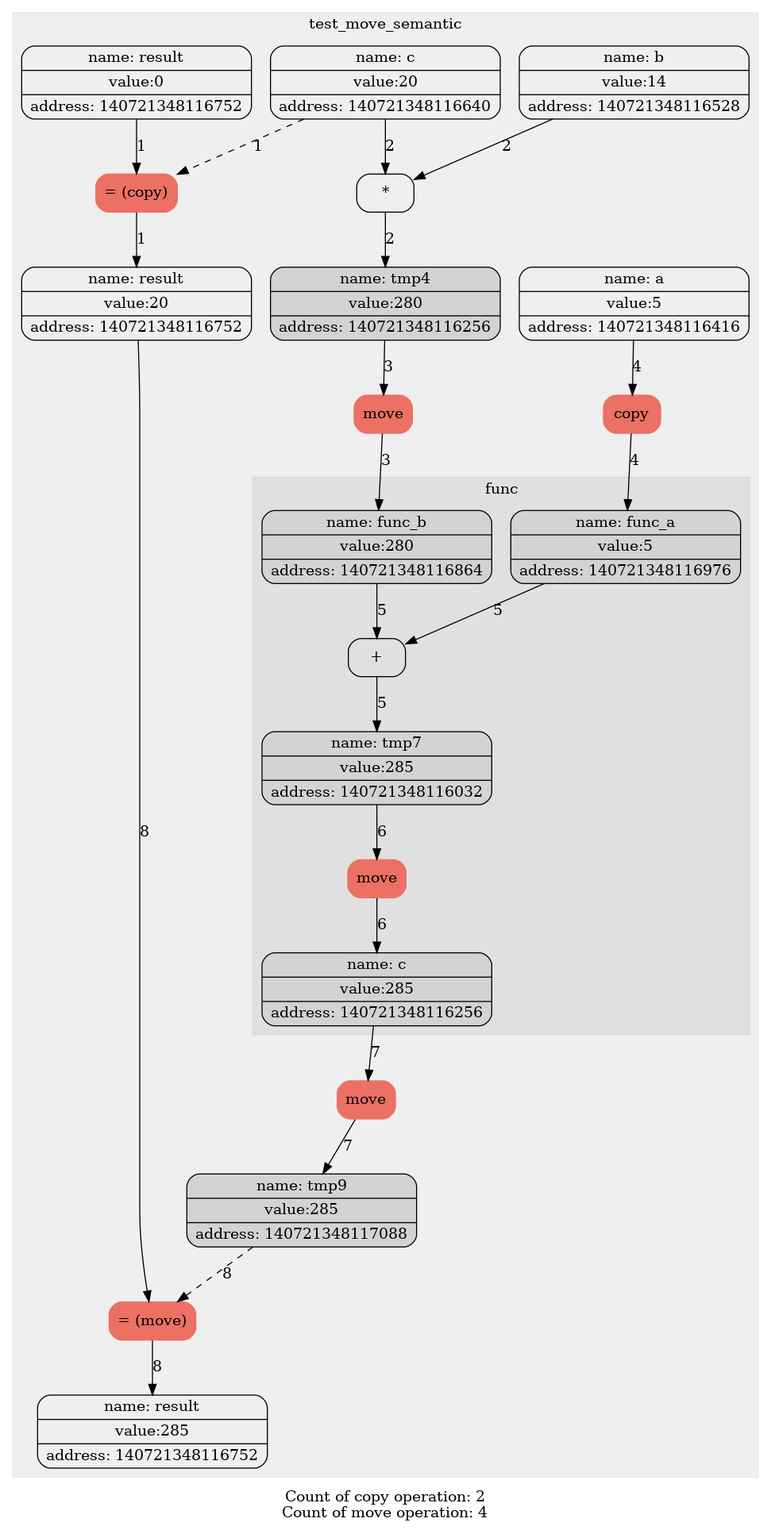
levasemin/Move_Semantic keeps this Graphviz diagram as diagrams/graph_wrong_move.png. Above is the earlier version. Its source is kept beside it as diagrams/graph_wrong_move.dot.
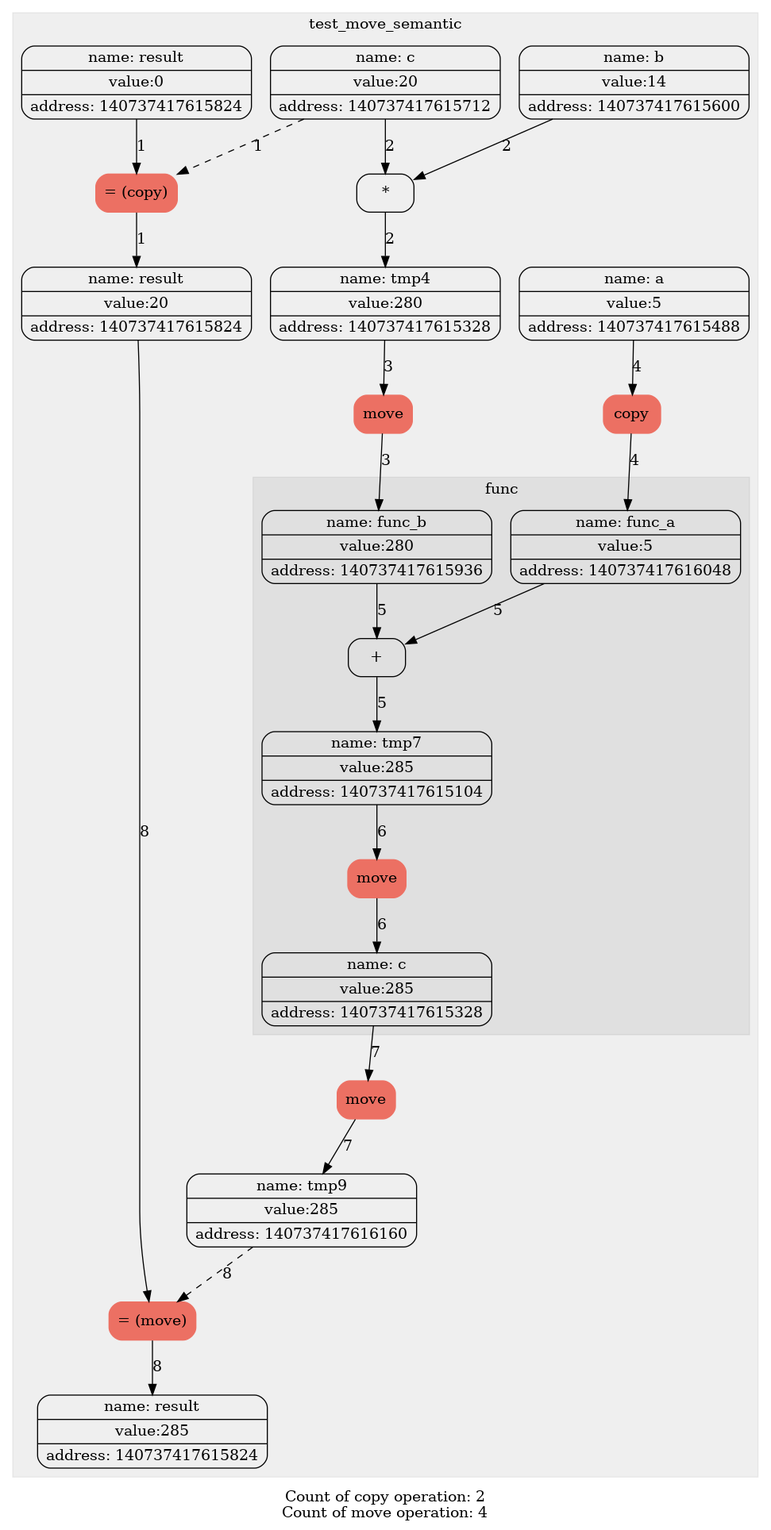
The same file after the commit.

The edit, as a diff of the source:
```diff
@@ -6,34 +6,34 @@
 label = test_move_semantic;
 style= filled
 color = "#00000010";
-1[label="{ {name: tmp0} | {value:5} | {address: 140721348116416}} " color=""style=""];
-1[label="{ {name: a} | {value:5} | {address: 140721348116416}} " color=""style=""];
-2[label="{ {name: tmp1} | {value:14} | {address: 140721348116528}} " color=""style=""];
-2[label="{ {name: b} | {value:14} | {address: 140721348116528}} " color=""style=""];
-3[label="{ {name: tmp2} | {value:20} | {address: 140721348116640}} " color=""style=""];
-3[label="{ {name: c} | {value:20} | {address: 140721348116640}} " color=""style=""];
-4[label="{ {name: tmp3} | {value:0} | {address: 140721348116752}} " color=""style=""];
-4[label="{ {name: result} | {value:0} | {address: 140721348116752}} " color=""style=""];
+1[label="{ {name: tmp0} | {value:5} | {address: 140737417615488}} " color=""style=""];
+1[label="{ {name: a} | {value:5} | {address: 140737417615488}} " color=""style=""];
+2[label="{ {name: tmp1} | {value:14} | {address: 140737417615600}} " color=""style=""];
+2[label="{ {name: b} | {value:14} | {address: 140737417615600}} " color=""style=""];
+3[label="{ {name: tmp2} | {value:20} | {address: 140737417615712}} " color=""style=""];
+3[label="{ {name: c} | {value:20} | {address: 140737417615712}} " color=""style=""];
+4[label="{ {name: tmp3} | {value:0} | {address: 140737417615824}} " color=""style=""];
+4[label="{ {name: result} | {value:0} | {address: 140737417615824}} " color=""style=""];
 5[label="= (copy)" color = "#EC7063" style = "filled"];
 edge[style = "" color = ""label = "1"]4->5;
 edge[style = "dashed" color = ""label = "1"]3->5;
-6[label="{ {name: result} | {value:20} | {address: 140721348116752}} " color=""style=""];
+6[label="{ {name: result} | {value:20} | {address: 140737417615824}} " color=""style=""];
 edge[style = "" color = ""label = "1"]5->6;
 7[label="*" color = "" style = ""];
 edge[style = "" color = ""label = "2"]2->7;
 edge[style = "" color = ""label = "2"]3->7;
-8[label="{ {name: tmp4} | {value:280} | {address: 140721348116256}} " color=""style="filled"];
+8[label="{ {name: tmp4} | {value:280} | {address: 140737417615328}} " color=""style=""];
 edge[style = "" color = ""label = "2"]7->8;
 9[label="move" color = "#EC7063" style = "filled"];
 edge[style = "" color = ""label = "3"]8->9;
-10[label="{ {name: tmp5} | {value:280} | {address: 140721348116864}} " color=""style="filled"];
+10[label="{ {name: tmp5} | {value:280} | {address: 140737417615936}} " color=""style=""];
 edge[style = "" color = ""label = "3"]9->10;
 11[label="copy" color = "#EC7063" style = "filled"];
 edge[style = "" color = ""label = "4"]1->11;
-12[label="{ {name: tmp6} | {value:5} | {address: 140721348116976}} " color=""style="filled"];
+12[label="{ {name: tmp6} | {value:5} | {address: 140737417616048}} " color=""style=""];
 edge[style = "" color = ""label = "4"]11->12;
-12[label="{ {name: func_a} | {value:5} | {address: 140721348116976}} " color=""style="filled"];
-10[label="{ {name: func_b} | {value:280} | {address: 140721348116864}} " color=""style="filled"];
+12[label="{ {name: func_a} | {value:5} | {address: 140737417616048}} " color=""style=""];
+10[label="{ {name: func_b} | {value:280} | {address: 140737417615936}} " color=""style=""];
 subgraph "cluster_1" {
 label = func;
 style= filled
@@ -41,22 +41,22 @@
 13[label="+" color = "" style = ""];
 edge[style = "" color = ""label = "5"]12->13;
 edge[style = "" color = ""label = "5"]10->13;
-14[label="{ {name: tmp7} | {value:285} | {address: 140721348116032}} " color=""style="filled"];
+14[label="{ {name: tmp7} | {value:285} | {address: 140737417615104}} " color=""style=""];
 edge[style = "" color = ""label = "5"]13->14;
 15[label="move" color = "#EC7063" style = "filled"];
 edge[style = "" color = ""label = "6"]14->15;
-16[label="{ {name: tmp8} | {value:285} | {address: 140721348116256}} " color=""style="filled"];
+16[label="{ {name: tmp8} | {value:285} | {address: 140737417615328}} " color=""style=""];
 edge[style = "" color = ""label = "6"]15->16;
-16[label="{ {name: c} | {value:285} | {address: 140721348116256}} " color=""style="filled"];
+16[label="{ {name: c} | {value:285} | {address: 140737417615328}} " color=""style=""];
 }
 17[label="move" color = "#EC7063" style = "filled"];
 edge[style = "" color = ""label = "7"]16->17;
-18[label="{ {name: tmp9} | {value:285} | {address: 140721348117088}} " color=""style="filled"];
+18[label="{ {name: tmp9} | {value:285} | {address: 140737417616160}} " color=""style=""];
 edge[style = "" color = ""label = "7"]17->18;
 19[label="= (move)" color = "#EC7063" style = "filled"];
 edge[style = "" color = ""label = "8"]6->19;
 edge[style = "dashed" color = ""label = "8"]18->19;
-20[label="{ {name: result} | {value:285} | {address: 140721348116752}} " color=""style=""];
+20[label="{ {name: result} | {value:285} | {address: 140737417615824}} " color=""style=""];
 edge[style = "" color = ""label = "8"]19->20;
 }
 label="Count of copy operation: 2
```
